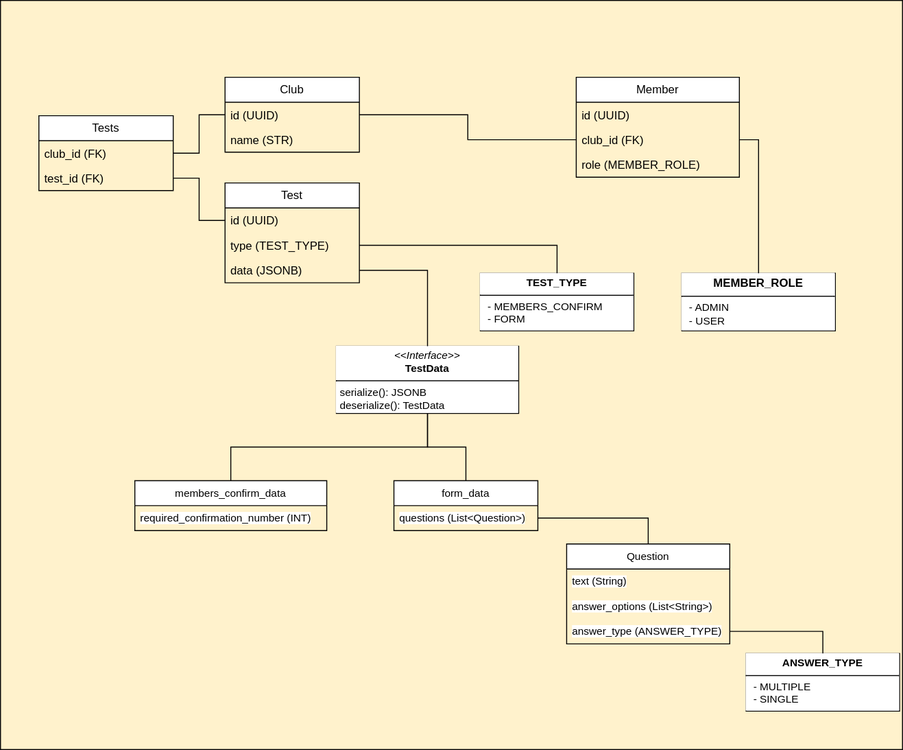
Earlier version of the draw.io export doc/img/domain_model.drawio.svg (ru-random-walk/club-service). Source tidied: cells renumbered, new cells last; positions are measured from the earlier drawing's top-left corner, leaving out a move shared by most shapes.
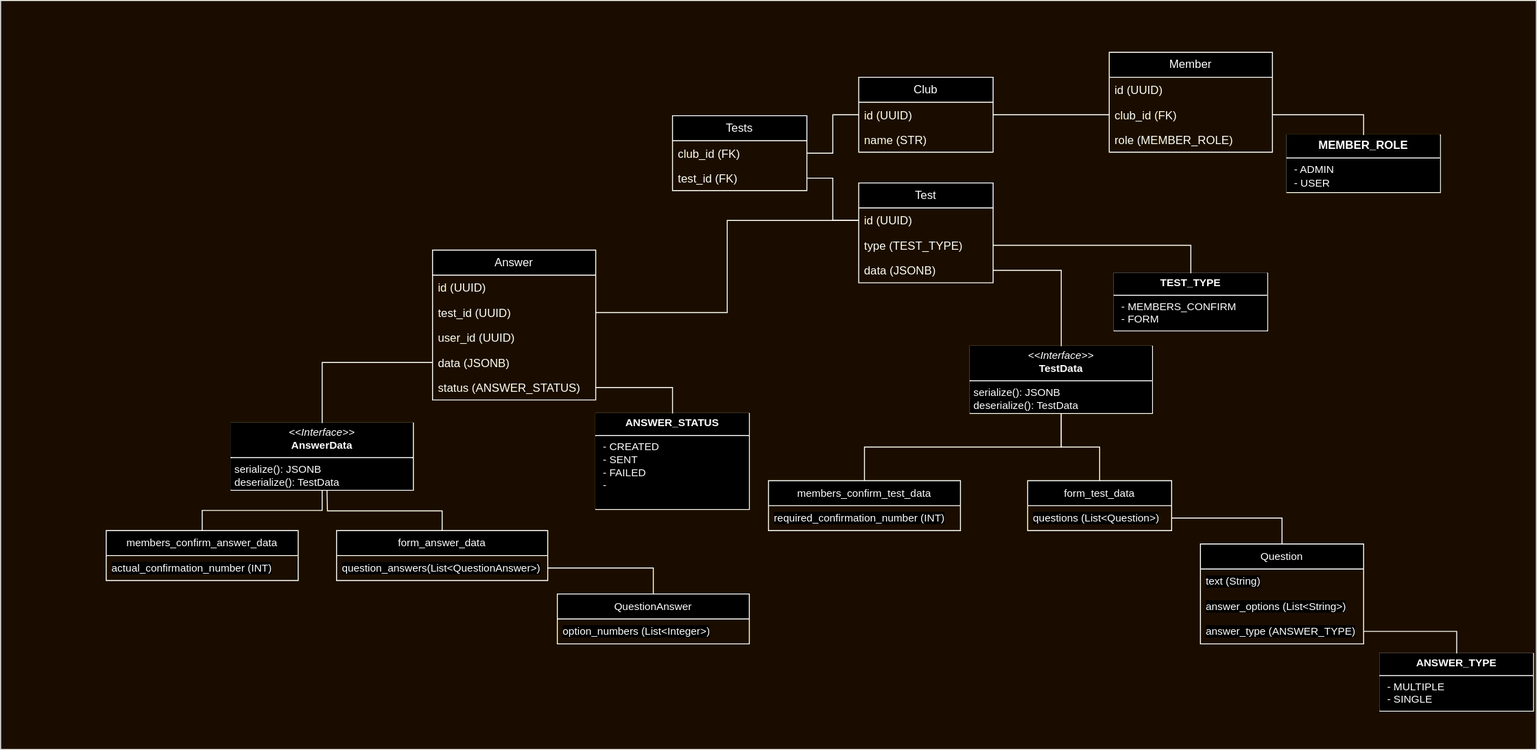
After the change.

Change to the diagram source:
```diff
@@ -3,7 +3,7 @@
     <mxCell id="0" />
     <mxCell id="1" parent="0" />
     <mxCell id="2" style="rounded=0;whiteSpace=wrap;html=1;fillColor=#FFF2CC;" parent="1" vertex="1">
-      <mxGeometry width="940" height="780" as="geometry" />
+      <mxGeometry x="-660" width="1600" height="780" as="geometry" />
     </mxCell>
     <mxCell id="3" style="edgeStyle=orthogonalEdgeStyle;shape=connector;rounded=0;jettySize=auto;html=1;strokeColor=default;align=center;verticalAlign=middle;fontFamily=Helvetica;fontSize=11;fontColor=default;labelBackgroundColor=default;endArrow=none;endFill=0;" parent="1" edge="1" source="4" target="7">
       <mxGeometry relative="1" as="geometry" />
@@ -45,7 +45,7 @@
       <mxGeometry x="500" y="284" width="160" height="60" as="geometry" />
     </mxCell>
     <mxCell id="16" value="&lt;p style=&quot;margin: 4px 0px 0px; text-align: center;&quot;&gt;&lt;span style=&quot;font-size: 12px; text-align: left; background-color: rgb(251, 251, 251);&quot;&gt;&lt;b&gt;MEMBER_ROLE&lt;/b&gt;&lt;/span&gt;&lt;br&gt;&lt;/p&gt;&lt;hr size=&quot;1&quot; style=&quot;border-style:solid;&quot;&gt;&lt;p style=&quot;margin:0px;margin-left:8px;&quot;&gt;- ADMIN&lt;/p&gt;&lt;p style=&quot;margin:0px;margin-left:8px;&quot;&gt;- USER&lt;/p&gt;" style="verticalAlign=top;align=left;overflow=fill;html=1;whiteSpace=wrap;fontFamily=Helvetica;fontSize=11;fontColor=default;labelBackgroundColor=default;" parent="1" vertex="1">
-      <mxGeometry x="710" y="284" width="160" height="60" as="geometry" />
+      <mxGeometry x="680" y="140" width="160" height="60" as="geometry" />
     </mxCell>
     <mxCell id="17" style="edgeStyle=orthogonalEdgeStyle;shape=connector;rounded=0;jettySize=auto;html=1;exitX=1;exitY=0.5;exitDx=0;exitDy=0;strokeColor=default;align=center;verticalAlign=middle;fontFamily=Helvetica;fontSize=11;fontColor=default;labelBackgroundColor=default;endArrow=none;endFill=0;" parent="1" edge="1" source="12" target="15">
       <mxGeometry relative="1" as="geometry" />
@@ -53,7 +53,7 @@
     <mxCell id="18" style="edgeStyle=orthogonalEdgeStyle;shape=connector;rounded=0;jettySize=auto;html=1;exitX=1;exitY=0.5;exitDx=0;exitDy=0;entryX=0.5;entryY=0;entryDx=0;entryDy=0;strokeColor=default;align=center;verticalAlign=middle;fontFamily=Helvetica;fontSize=11;fontColor=default;labelBackgroundColor=default;endArrow=none;endFill=0;" parent="1" edge="1" source="37" target="16">
       <mxGeometry relative="1" as="geometry" />
     </mxCell>
-    <mxCell id="19" value="members_confirm_data" style="swimlane;fontStyle=0;horizontal=1;startSize=26;fillColor=default;whiteSpace=wrap;html=1;fontFamily=Helvetica;fontSize=11;fontColor=default;labelBackgroundColor=default;" parent="1" vertex="1">
+    <mxCell id="19" value="members_confirm_test_data" style="swimlane;fontStyle=0;horizontal=1;startSize=26;fillColor=default;whiteSpace=wrap;html=1;fontFamily=Helvetica;fontSize=11;fontColor=default;labelBackgroundColor=default;" parent="1" vertex="1">
       <mxGeometry x="140" y="500" width="200" height="52" as="geometry" />
     </mxCell>
     <mxCell id="20" value="required_confirmation_number (INT)" style="text;strokeColor=none;fillColor=none;align=left;verticalAlign=top;spacingLeft=4;spacingRight=4;overflow=hidden;whiteSpace=wrap;html=1;fontFamily=Helvetica;fontSize=11;fontColor=default;labelBackgroundColor=default;" parent="19" vertex="1">
@@ -68,7 +68,7 @@
     <mxCell id="23" value="&lt;p style=&quot;margin:0px;margin-top:4px;text-align:center;&quot;&gt;&lt;i&gt;&amp;lt;&amp;lt;Interface&amp;gt;&amp;gt;&lt;/i&gt;&lt;br&gt;&lt;b&gt;TestData&lt;/b&gt;&lt;/p&gt;&lt;hr size=&quot;1&quot; style=&quot;border-style:solid;&quot;&gt;&lt;p style=&quot;margin:0px;margin-left:4px;&quot;&gt;serialize(): JSONB&lt;br&gt;&lt;/p&gt;&lt;p style=&quot;margin:0px;margin-left:4px;&quot;&gt;deserialize(): TestData&lt;br&gt;&lt;/p&gt;" style="verticalAlign=top;align=left;overflow=fill;html=1;whiteSpace=wrap;fontFamily=Helvetica;fontSize=11;fontColor=default;labelBackgroundColor=default;" parent="1" vertex="1">
       <mxGeometry x="350" y="360" width="190" height="70" as="geometry" />
     </mxCell>
-    <mxCell id="24" value="form_data" style="swimlane;fontStyle=0;horizontal=1;startSize=26;fillColor=default;whiteSpace=wrap;html=1;fontFamily=Helvetica;fontSize=11;fontColor=default;labelBackgroundColor=default;" parent="1" vertex="1">
+    <mxCell id="24" value="form_test_data" style="swimlane;fontStyle=0;horizontal=1;startSize=26;fillColor=default;whiteSpace=wrap;html=1;fontFamily=Helvetica;fontSize=11;fontColor=default;labelBackgroundColor=default;" parent="1" vertex="1">
       <mxGeometry x="410" y="500" width="150" height="52" as="geometry" />
     </mxCell>
     <mxCell id="25" value="questions (List&amp;lt;Question&amp;gt;)" style="text;strokeColor=none;fillColor=none;align=left;verticalAlign=top;spacingLeft=4;spacingRight=4;overflow=hidden;points=[[0,0.5],[1,0.5]];portConstraint=eastwest;whiteSpace=wrap;html=1;fontFamily=Helvetica;fontSize=11;fontColor=default;labelBackgroundColor=default;" parent="24" vertex="1">
@@ -102,7 +102,7 @@
       <mxGeometry relative="1" as="geometry" />
     </mxCell>
     <mxCell id="35" value="Member" style="swimlane;fontStyle=0;horizontal=1;startSize=26;fillColor=default;whiteSpace=wrap;html=1;" parent="1" vertex="1">
-      <mxGeometry x="600" y="80" width="170" height="104" as="geometry" />
+      <mxGeometry x="495" y="54" width="170" height="104" as="geometry" />
     </mxCell>
     <mxCell id="36" value="id (UUID)" style="text;strokeColor=none;fillColor=none;align=left;verticalAlign=top;spacingLeft=4;spacingRight=4;overflow=hidden;whiteSpace=wrap;html=1;" parent="35" vertex="1">
       <mxGeometry y="26" width="170" height="26" as="geometry" />
@@ -113,5 +113,67 @@
     <mxCell id="38" value="role (MEMBER_ROLE)" style="text;strokeColor=none;fillColor=none;align=left;verticalAlign=top;spacingLeft=4;spacingRight=4;overflow=hidden;whiteSpace=wrap;html=1;" parent="35" vertex="1">
       <mxGeometry y="78" width="170" height="26" as="geometry" />
     </mxCell>
+    <mxCell id="39" value="Answer" style="swimlane;fontStyle=0;horizontal=1;startSize=26;fillColor=default;whiteSpace=wrap;html=1;" parent="1" vertex="1">
+      <mxGeometry x="-210" y="260" width="170" height="156" as="geometry" />
+    </mxCell>
+    <mxCell id="40" value="id (UUID)" style="text;strokeColor=none;fillColor=none;align=left;verticalAlign=top;spacingLeft=4;spacingRight=4;overflow=hidden;whiteSpace=wrap;html=1;" parent="39" vertex="1">
+      <mxGeometry y="26" width="170" height="26" as="geometry" />
+    </mxCell>
+    <mxCell id="41" value="test_id (UUID)" style="text;strokeColor=none;fillColor=none;align=left;verticalAlign=top;spacingLeft=4;spacingRight=4;overflow=hidden;points=[[0,0.5],[1,0.5]];portConstraint=eastwest;whiteSpace=wrap;html=1;" parent="39" vertex="1">
+      <mxGeometry y="52" width="170" height="26" as="geometry" />
+    </mxCell>
+    <mxCell id="42" value="user_id (UUID)" style="text;strokeColor=none;fillColor=none;align=left;verticalAlign=top;spacingLeft=4;spacingRight=4;overflow=hidden;whiteSpace=wrap;html=1;" parent="39" vertex="1">
+      <mxGeometry y="78" width="170" height="26" as="geometry" />
+    </mxCell>
+    <mxCell id="43" value="data (JSONB)" style="text;strokeColor=none;fillColor=none;align=left;verticalAlign=top;spacingLeft=4;spacingRight=4;overflow=hidden;points=[[0,0.5],[1,0.5]];portConstraint=eastwest;whiteSpace=wrap;html=1;" parent="39" vertex="1">
+      <mxGeometry y="104" width="170" height="26" as="geometry" />
+    </mxCell>
+    <mxCell id="44" value="status (ANSWER_STATUS)" style="text;strokeColor=none;fillColor=none;align=left;verticalAlign=top;spacingLeft=4;spacingRight=4;overflow=hidden;points=[[0,0.5],[1,0.5]];portConstraint=eastwest;whiteSpace=wrap;html=1;" parent="39" vertex="1">
+      <mxGeometry y="130" width="170" height="26" as="geometry" />
+    </mxCell>
+    <mxCell id="45" style="edgeStyle=orthogonalEdgeStyle;rounded=0;jettySize=auto;html=1;exitX=1;exitY=0.5;exitDx=0;exitDy=0;entryX=0;entryY=0.5;entryDx=0;entryDy=0;endArrow=none;endFill=0;" parent="1" edge="1" source="41" target="11">
+      <mxGeometry relative="1" as="geometry" />
+    </mxCell>
+    <mxCell id="46" style="edgeStyle=orthogonalEdgeStyle;rounded=0;jettySize=auto;html=1;exitX=0.5;exitY=1;exitDx=0;exitDy=0;endArrow=none;endFill=0;" parent="1" edge="1" source="47" target="48">
+      <mxGeometry relative="1" as="geometry" />
+    </mxCell>
+    <mxCell id="47" value="&lt;p style=&quot;margin:0px;margin-top:4px;text-align:center;&quot;&gt;&lt;i&gt;&amp;lt;&amp;lt;Interface&amp;gt;&amp;gt;&lt;/i&gt;&lt;br&gt;&lt;b&gt;AnswerData&lt;/b&gt;&lt;/p&gt;&lt;hr size=&quot;1&quot; style=&quot;border-style:solid;&quot;&gt;&lt;p style=&quot;margin:0px;margin-left:4px;&quot;&gt;serialize(): JSONB&lt;br&gt;&lt;/p&gt;&lt;p style=&quot;margin:0px;margin-left:4px;&quot;&gt;deserialize(): TestData&lt;br&gt;&lt;/p&gt;" style="verticalAlign=top;align=left;overflow=fill;html=1;whiteSpace=wrap;fontFamily=Helvetica;fontSize=11;fontColor=default;labelBackgroundColor=default;" parent="1" vertex="1">
+      <mxGeometry x="-420" y="440" width="190" height="70" as="geometry" />
+    </mxCell>
+    <mxCell id="48" value="members_confirm_answer_data" style="swimlane;fontStyle=0;horizontal=1;startSize=26;fillColor=default;whiteSpace=wrap;html=1;fontFamily=Helvetica;fontSize=11;fontColor=default;labelBackgroundColor=default;" parent="1" vertex="1">
+      <mxGeometry x="-550" y="552" width="200" height="52" as="geometry" />
+    </mxCell>
+    <mxCell id="49" value="actual_confirmation_number (INT)" style="text;strokeColor=none;fillColor=none;align=left;verticalAlign=top;spacingLeft=4;spacingRight=4;overflow=hidden;whiteSpace=wrap;html=1;fontFamily=Helvetica;fontSize=11;fontColor=default;labelBackgroundColor=default;" parent="48" vertex="1">
+      <mxGeometry y="26" width="200" height="26" as="geometry" />
+    </mxCell>
+    <mxCell id="50" style="edgeStyle=orthogonalEdgeStyle;rounded=0;jettySize=auto;html=1;exitX=0.5;exitY=0;exitDx=0;exitDy=0;endArrow=none;endFill=0;" parent="1" edge="1" source="51">
+      <mxGeometry relative="1" as="geometry">
+        <mxPoint x="-320" y="510" as="targetPoint" />
+      </mxGeometry>
+    </mxCell>
+    <mxCell id="51" value="form_answer_data" style="swimlane;fontStyle=0;horizontal=1;startSize=26;fillColor=default;whiteSpace=wrap;html=1;fontFamily=Helvetica;fontSize=11;fontColor=default;labelBackgroundColor=default;" parent="1" vertex="1">
+      <mxGeometry x="-310" y="552" width="220" height="52" as="geometry" />
+    </mxCell>
+    <mxCell id="52" value="question_answers(List&amp;lt;QuestionAnswer&amp;gt;)" style="text;strokeColor=none;fillColor=none;align=left;verticalAlign=top;spacingLeft=4;spacingRight=4;overflow=hidden;points=[[0,0.5],[1,0.5]];portConstraint=eastwest;whiteSpace=wrap;html=1;fontFamily=Helvetica;fontSize=11;fontColor=default;labelBackgroundColor=default;" parent="51" vertex="1">
+      <mxGeometry y="26" width="220" height="26" as="geometry" />
+    </mxCell>
+    <mxCell id="53" value="&lt;span style=&quot;text-align: left;&quot;&gt;QuestionAnswer&lt;/span&gt;" style="swimlane;fontStyle=0;horizontal=1;startSize=26;fillColor=default;whiteSpace=wrap;html=1;fontFamily=Helvetica;fontSize=11;fontColor=default;labelBackgroundColor=default;" parent="1" vertex="1">
+      <mxGeometry x="-80" y="618" width="200" height="52" as="geometry" />
+    </mxCell>
+    <mxCell id="54" value="option_numbers (List&amp;lt;Integer&amp;gt;)" style="text;strokeColor=none;fillColor=none;align=left;verticalAlign=top;spacingLeft=4;spacingRight=4;overflow=hidden;whiteSpace=wrap;html=1;fontFamily=Helvetica;fontSize=11;fontColor=default;labelBackgroundColor=default;" parent="53" vertex="1">
+      <mxGeometry y="26" width="200" height="26" as="geometry" />
+    </mxCell>
+    <mxCell id="55" style="edgeStyle=orthogonalEdgeStyle;rounded=0;jettySize=auto;html=1;exitX=0;exitY=0.5;exitDx=0;exitDy=0;entryX=0.5;entryY=0;entryDx=0;entryDy=0;endArrow=none;endFill=0;" parent="1" edge="1" source="43" target="47">
+      <mxGeometry relative="1" as="geometry" />
+    </mxCell>
+    <mxCell id="56" style="edgeStyle=orthogonalEdgeStyle;rounded=0;jettySize=auto;html=1;exitX=1;exitY=0.5;exitDx=0;exitDy=0;endArrow=none;endFill=0;" parent="1" edge="1" source="52" target="53">
+      <mxGeometry relative="1" as="geometry" />
+    </mxCell>
+    <mxCell id="57" value="&lt;p style=&quot;margin: 4px 0px 0px; text-align: center;&quot;&gt;&lt;b style=&quot;&quot;&gt;ANSWER_STATUS&lt;/b&gt;&lt;/p&gt;&lt;hr size=&quot;1&quot; style=&quot;border-style:solid;&quot;&gt;&lt;p style=&quot;margin:0px;margin-left:8px;&quot;&gt;- CREATED&lt;/p&gt;&lt;p style=&quot;margin:0px;margin-left:8px;&quot;&gt;- SENT&lt;br&gt;- FAILED&lt;br&gt;-&amp;nbsp;&lt;/p&gt;" style="verticalAlign=top;align=left;overflow=fill;html=1;whiteSpace=wrap;fontFamily=Helvetica;fontSize=11;fontColor=default;labelBackgroundColor=default;" parent="1" vertex="1">
+      <mxGeometry x="-40" y="430" width="160" height="100" as="geometry" />
+    </mxCell>
+    <mxCell id="58" style="edgeStyle=orthogonalEdgeStyle;shape=connector;rounded=0;jettySize=auto;html=1;exitX=1;exitY=0.5;exitDx=0;exitDy=0;entryX=0.5;entryY=0;entryDx=0;entryDy=0;strokeColor=default;align=center;verticalAlign=middle;fontFamily=Helvetica;fontSize=11;fontColor=default;labelBackgroundColor=default;endArrow=none;endFill=0;" parent="1" edge="1" source="44" target="57">
+      <mxGeometry relative="1" as="geometry" />
+    </mxCell>
   </root>
 </mxGraphModel>
```
